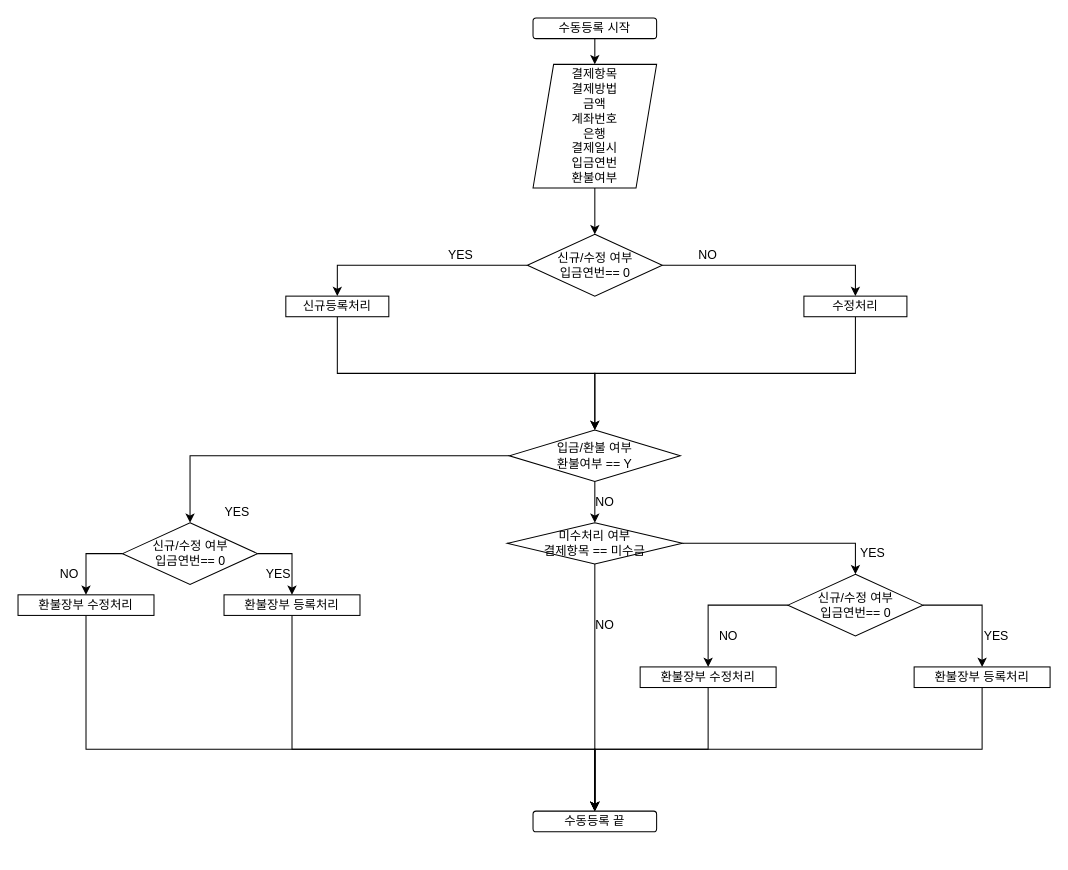
Earlier version of the draw.io diagram page "입금/환불 수동 등록" (2 of 5) of 제목 없는 다이어그램.drawio (nsnnsn12/TestProject). Source tidied: cells renumbered, new cells numbered last; positions are measured from the earlier drawing's top-left corner, leaving out a move shared by most shapes. Both pictures are drawn from the tidied source at 103%, with x=0, y=0 at pixel (18, 18).
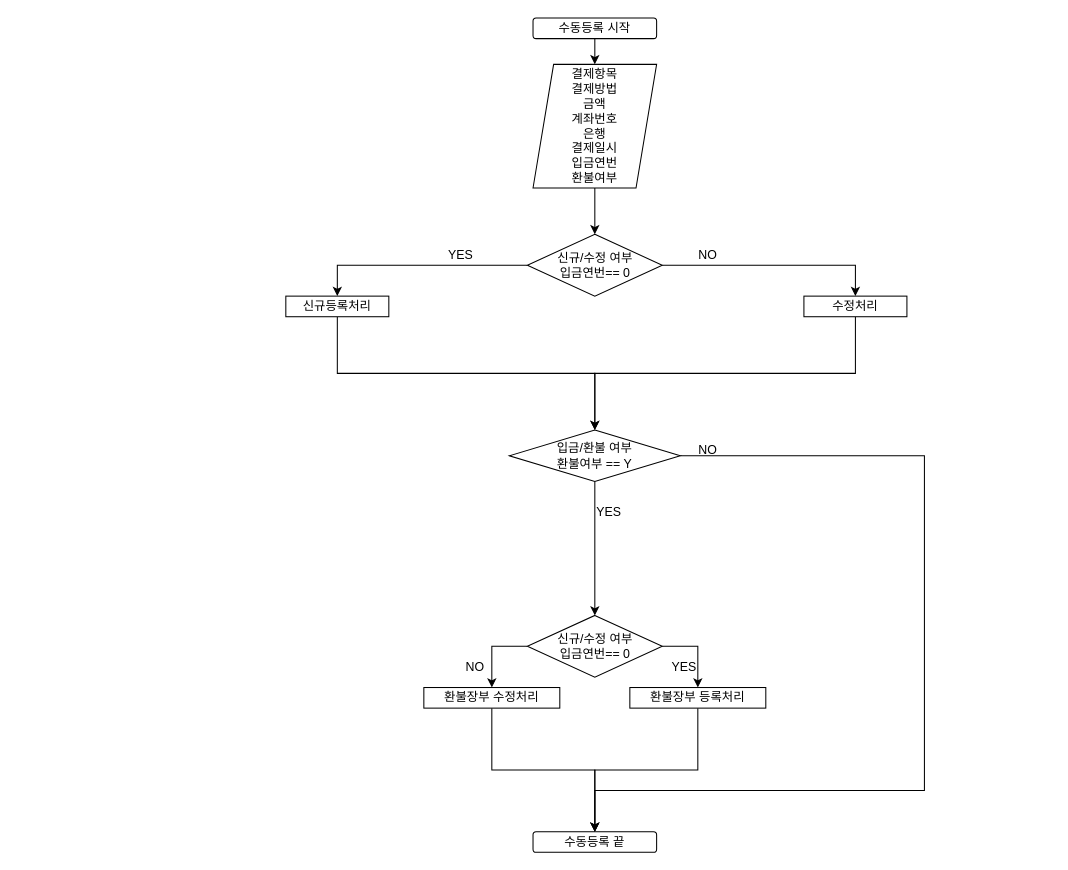
The same diagram, later.

Unchanged cells that the change refers to:
```xml
<mxCell id="7" value="입금/환불 여부&lt;br&gt;환불여부 == Y" style="rhombus;whiteSpace=wrap;html=1;" parent="1" vertex="1">
  <mxGeometry x="477" y="400" width="166" height="50" as="geometry" />
</mxCell>
```

The edit, as a diff of the source:
```diff
@@
     <mxCell id="4" value="수동등록 끝" style="rounded=1;whiteSpace=wrap;html=1;" parent="1" vertex="1">
-      <mxGeometry x="500" y="770" width="120" height="20" as="geometry" />
+      <mxGeometry x="500" y="790" width="120" height="20" as="geometry" />
     </mxCell>
-    <mxCell id="5" style="edgeStyle=orthogonalEdgeStyle;rounded=0;jettySize=auto;html=1;exitX=0;exitY=0.5;exitDx=0;exitDy=0;" parent="1" edge="1" source="7" target="25">
+    <mxCell id="5" style="edgeStyle=orthogonalEdgeStyle;rounded=0;jettySize=auto;html=1;exitX=0.5;exitY=1;exitDx=0;exitDy=0;" parent="1" edge="1" source="7" target="25">
       <mxGeometry relative="1" as="geometry" />
     </mxCell>
-    <mxCell id="6" style="edgeStyle=orthogonalEdgeStyle;rounded=0;jettySize=auto;html=1;exitX=0.5;exitY=1;exitDx=0;exitDy=0;" parent="1" edge="1" source="7" target="13">
-      <mxGeometry relative="1" as="geometry" />
-    </mxCell>
+    <mxCell id="44" style="edgeStyle=orthogonalEdgeStyle;rounded=0;jettySize=auto;html=1;exitX=1;exitY=0.5;exitDx=0;exitDy=0;" parent="1" edge="1" source="7" target="4">
+      <mxGeometry relative="1" as="geometry">
+        <Array as="points">
+          <mxPoint x="880" y="425" />
+          <mxPoint x="880" y="750" />
+          <mxPoint x="560" y="750" />
+        </Array>
+      </mxGeometry>
+    </mxCell>
@@
-    <mxCell id="11" style="edgeStyle=orthogonalEdgeStyle;rounded=0;jettySize=auto;html=1;exitX=1;exitY=0.5;exitDx=0;exitDy=0;entryX=0.5;entryY=0;entryDx=0;entryDy=0;" parent="1" edge="1" source="13" target="34">
-      <mxGeometry relative="1" as="geometry" />
-    </mxCell>
-    <mxCell id="12" style="edgeStyle=orthogonalEdgeStyle;rounded=0;jettySize=auto;html=1;exitX=0.5;exitY=1;exitDx=0;exitDy=0;entryX=0.5;entryY=0;entryDx=0;entryDy=0;" parent="1" edge="1" source="13" target="4">
-      <mxGeometry relative="1" as="geometry" />
-    </mxCell>
-    <mxCell id="13" value="미수처리 여부&lt;br&gt;결제항목 == 미수금" style="rhombus;whiteSpace=wrap;html=1;" parent="1" vertex="1">
-      <mxGeometry x="475" y="490" width="170" height="40" as="geometry" />
-    </mxCell>
@@
     <mxCell id="22" value="NO" style="text;html=1;strokeColor=none;fillColor=none;align=center;verticalAlign=middle;whiteSpace=wrap;rounded=0;" parent="1" vertex="1">
-      <mxGeometry x="30" y="530" width="40" height="20" as="geometry" />
+      <mxGeometry x="424" y="620" width="40" height="20" as="geometry" />
     </mxCell>
@@
     <mxCell id="25" value="신규/수정 여부&lt;br&gt;입금연번== 0" style="rhombus;whiteSpace=wrap;html=1;" parent="1" vertex="1">
-      <mxGeometry x="101.5" y="490" width="131" height="60" as="geometry" />
+      <mxGeometry x="494.5" y="580" width="131" height="60" as="geometry" />
     </mxCell>
     <mxCell id="26" value="YES" style="text;html=1;strokeColor=none;fillColor=none;align=center;verticalAlign=middle;whiteSpace=wrap;rounded=0;" parent="1" vertex="1">
-      <mxGeometry x="193" y="470" width="40" height="20" as="geometry" />
+      <mxGeometry x="554" y="470" width="40" height="20" as="geometry" />
     </mxCell>
-    <mxCell id="27" style="edgeStyle=orthogonalEdgeStyle;rounded=0;jettySize=auto;html=1;exitX=0.5;exitY=1;exitDx=0;exitDy=0;entryX=0.5;entryY=0;entryDx=0;entryDy=0;" parent="1" edge="1" source="28" target="4">
-      <mxGeometry relative="1" as="geometry">
-        <Array as="points">
-          <mxPoint x="266" y="710" />
-          <mxPoint x="560" y="710" />
-        </Array>
-      </mxGeometry>
+    <mxCell id="27" style="edgeStyle=orthogonalEdgeStyle;rounded=0;jettySize=auto;html=1;exitX=0.5;exitY=1;exitDx=0;exitDy=0;" parent="1" edge="1" source="28" target="4">
+      <mxGeometry relative="1" as="geometry" />
     </mxCell>
     <mxCell id="28" value="환불장부 등록처리" style="rounded=0;whiteSpace=wrap;html=1;" parent="1" vertex="1">
-      <mxGeometry x="200" y="560" width="132" height="20" as="geometry" />
+      <mxGeometry x="594" y="650" width="132" height="20" as="geometry" />
     </mxCell>
-    <mxCell id="29" style="edgeStyle=orthogonalEdgeStyle;rounded=0;jettySize=auto;html=1;exitX=0.5;exitY=1;exitDx=0;exitDy=0;" parent="1" edge="1" source="30">
-      <mxGeometry relative="1" as="geometry">
-        <mxPoint x="560" y="770" as="targetPoint" />
-        <Array as="points">
-          <mxPoint x="66" y="710" />
-          <mxPoint x="560" y="710" />
-        </Array>
-      </mxGeometry>
-    </mxCell>
+    <mxCell id="45" style="edgeStyle=orthogonalEdgeStyle;rounded=0;jettySize=auto;html=1;exitX=0.5;exitY=1;exitDx=0;exitDy=0;" parent="1" edge="1" source="30" target="4">
+      <mxGeometry relative="1" as="geometry" />
+    </mxCell>
     <mxCell id="30" value="환불장부 수정처리" style="rounded=0;whiteSpace=wrap;html=1;" parent="1" vertex="1">
-      <mxGeometry y="560" width="132" height="20" as="geometry" />
+      <mxGeometry x="394" y="650" width="132" height="20" as="geometry" />
     </mxCell>
     <mxCell id="31" value="YES" style="text;html=1;strokeColor=none;fillColor=none;align=center;verticalAlign=middle;whiteSpace=wrap;rounded=0;" parent="1" vertex="1">
-      <mxGeometry x="232.5" y="530" width="40" height="20" as="geometry" />
+      <mxGeometry x="626.5" y="620" width="40" height="20" as="geometry" />
     </mxCell>
-    <mxCell id="32" style="edgeStyle=orthogonalEdgeStyle;rounded=0;jettySize=auto;html=1;exitX=0;exitY=0.5;exitDx=0;exitDy=0;" parent="1" edge="1" source="34" target="38">
-      <mxGeometry relative="1" as="geometry" />
-    </mxCell>
-    <mxCell id="33" style="edgeStyle=orthogonalEdgeStyle;rounded=0;jettySize=auto;html=1;exitX=1;exitY=0.5;exitDx=0;exitDy=0;entryX=0.5;entryY=0;entryDx=0;entryDy=0;" parent="1" edge="1" source="34" target="36">
-      <mxGeometry relative="1" as="geometry" />
-    </mxCell>
-    <mxCell id="34" value="신규/수정 여부&lt;br&gt;입금연번== 0" style="rhombus;whiteSpace=wrap;html=1;" parent="1" vertex="1">
-      <mxGeometry x="747.5" y="540" width="131" height="60" as="geometry" />
-    </mxCell>
-    <mxCell id="35" style="edgeStyle=orthogonalEdgeStyle;rounded=0;jettySize=auto;html=1;exitX=0.5;exitY=1;exitDx=0;exitDy=0;entryX=0.5;entryY=0;entryDx=0;entryDy=0;" parent="1" edge="1" source="36" target="4">
-      <mxGeometry relative="1" as="geometry">
-        <Array as="points">
-          <mxPoint x="936" y="710" />
-          <mxPoint x="560" y="710" />
-        </Array>
-      </mxGeometry>
-    </mxCell>
-    <mxCell id="36" value="환불장부 등록처리" style="rounded=0;whiteSpace=wrap;html=1;" parent="1" vertex="1">
-      <mxGeometry x="870" y="630" width="132" height="20" as="geometry" />
-    </mxCell>
-    <mxCell id="37" style="edgeStyle=orthogonalEdgeStyle;rounded=0;jettySize=auto;html=1;exitX=0.5;exitY=1;exitDx=0;exitDy=0;entryX=0.5;entryY=0;entryDx=0;entryDy=0;" parent="1" edge="1" source="38" target="4">
-      <mxGeometry relative="1" as="geometry" />
-    </mxCell>
-    <mxCell id="38" value="환불장부 수정처리" style="rounded=0;whiteSpace=wrap;html=1;" parent="1" vertex="1">
-      <mxGeometry x="604" y="630" width="132" height="20" as="geometry" />
-    </mxCell>
-    <mxCell id="39" value="YES" style="text;html=1;strokeColor=none;fillColor=none;align=center;verticalAlign=middle;whiteSpace=wrap;rounded=0;" parent="1" vertex="1">
-      <mxGeometry x="930" y="590" width="40" height="20" as="geometry" />
-    </mxCell>
-    <mxCell id="40" value="NO" style="text;html=1;strokeColor=none;fillColor=none;align=center;verticalAlign=middle;whiteSpace=wrap;rounded=0;" parent="1" vertex="1">
-      <mxGeometry x="670" y="590" width="40" height="20" as="geometry" />
-    </mxCell>
-    <mxCell id="41" value="YES" style="text;html=1;strokeColor=none;fillColor=none;align=center;verticalAlign=middle;whiteSpace=wrap;rounded=0;" parent="1" vertex="1">
-      <mxGeometry x="810" y="510" width="40" height="20" as="geometry" />
-    </mxCell>
-    <mxCell id="42" value="NO" style="text;html=1;strokeColor=none;fillColor=none;align=center;verticalAlign=middle;whiteSpace=wrap;rounded=0;" parent="1" vertex="1">
-      <mxGeometry x="550" y="460" width="40" height="20" as="geometry" />
-    </mxCell>
-    <mxCell id="43" value="NO" style="text;html=1;strokeColor=none;fillColor=none;align=center;verticalAlign=middle;whiteSpace=wrap;rounded=0;" parent="1" vertex="1">
-      <mxGeometry x="550" y="580" width="40" height="20" as="geometry" />
-    </mxCell>
+    <mxCell id="46" value="NO" style="text;html=1;strokeColor=none;fillColor=none;align=center;verticalAlign=middle;whiteSpace=wrap;rounded=0;" parent="1" vertex="1">
+      <mxGeometry x="650" y="410" width="40" height="20" as="geometry" />
+    </mxCell>
```
